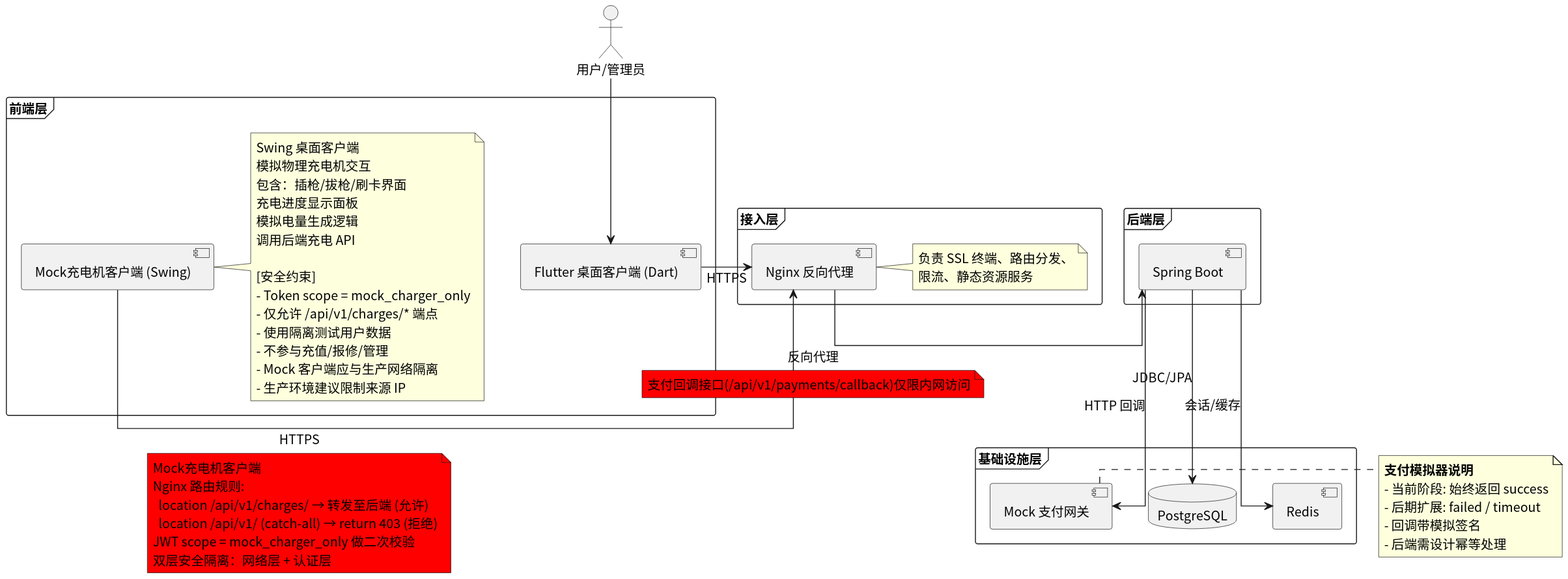
Above: usecase/docs/containerd/img/deployment_overview.svg in greenhandzdl/charging-station-doc (PlantUML), before the change.
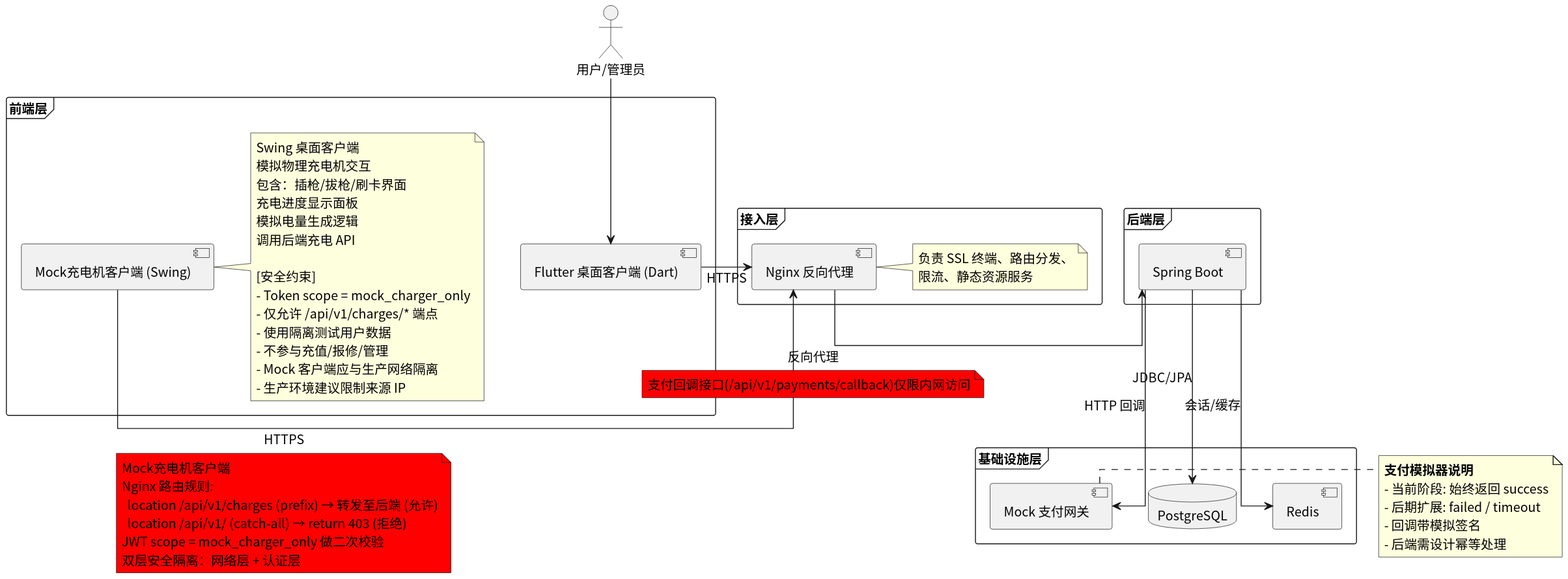
Above is the later version.

The edit, as a diff of the source:
```diff
@@ -48,7 +48,7 @@
 FE -right-> NGX : HTTPS
 
 MC -right-> NGX : HTTPS
-note on link #f00: Mock充电机客户端\nNginx 路由规则:\n  location /api/v1/charges/ → 转发至后端 (允许)\n  location /api/v1/ (catch-all) → return 403 (拒绝)\nJWT scope = mock_charger_only 做二次校验\n双层安全隔离：网络层 + 认证层
+note on link #f00: Mock充电机客户端\nNginx 路由规则:\n  location /api/v1/charges (prefix) → 转发至后端 (允许)\n  location /api/v1/ (catch-all) → return 403 (拒绝)\nJWT scope = mock_charger_only 做二次校验\n双层安全隔离：网络层 + 认证层
 
 NGX -right-> BE : 反向代理
 note on link #f00: 支付回调接口(/api/v1/payments/callback)仅限内网访问
```
